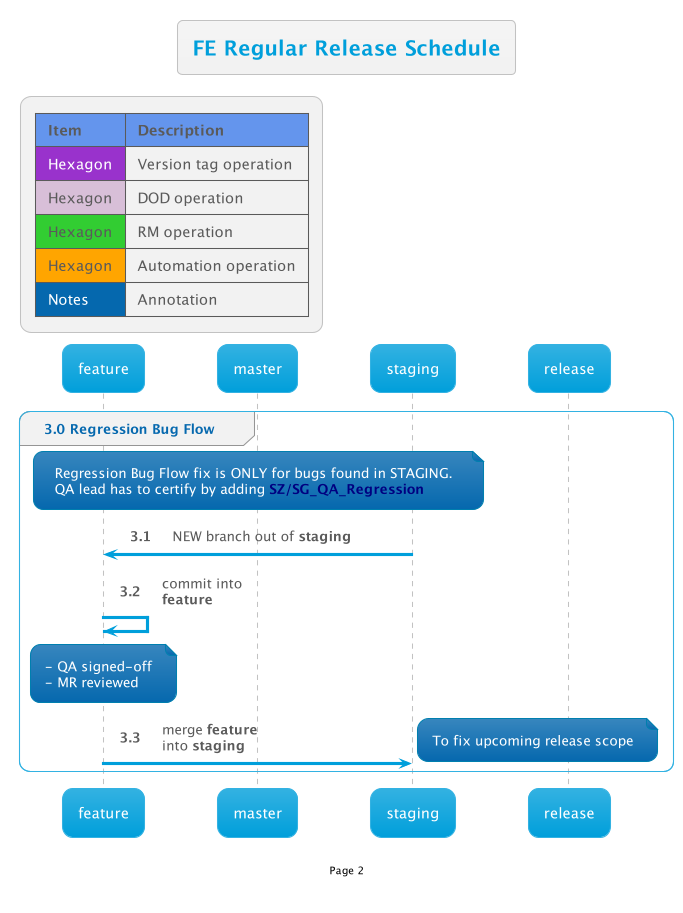
Above: out/Confluence/SOPWebFE/MergeFlow/2/2.png in thetomitomo/diagrams (PlantUML), before the change.
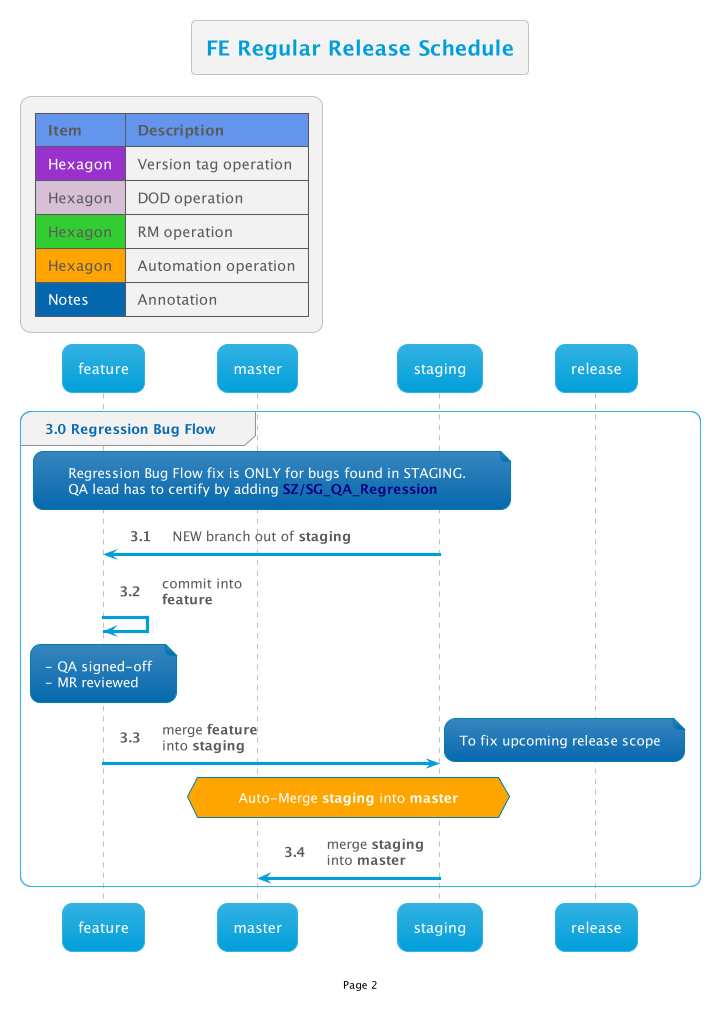
Later version of the same file.

The edit, as a diff of the source:
```diff
@@ -15,5 +15,8 @@
     note right
         To fix upcoming release scope
     end note
+
+    hnote over master,staging #Orange:Auto-Merge **staging** into **master**
+    staging -> master: merge <b>staging</b>\ninto <b>master</b>
 end
 @enduml
```
